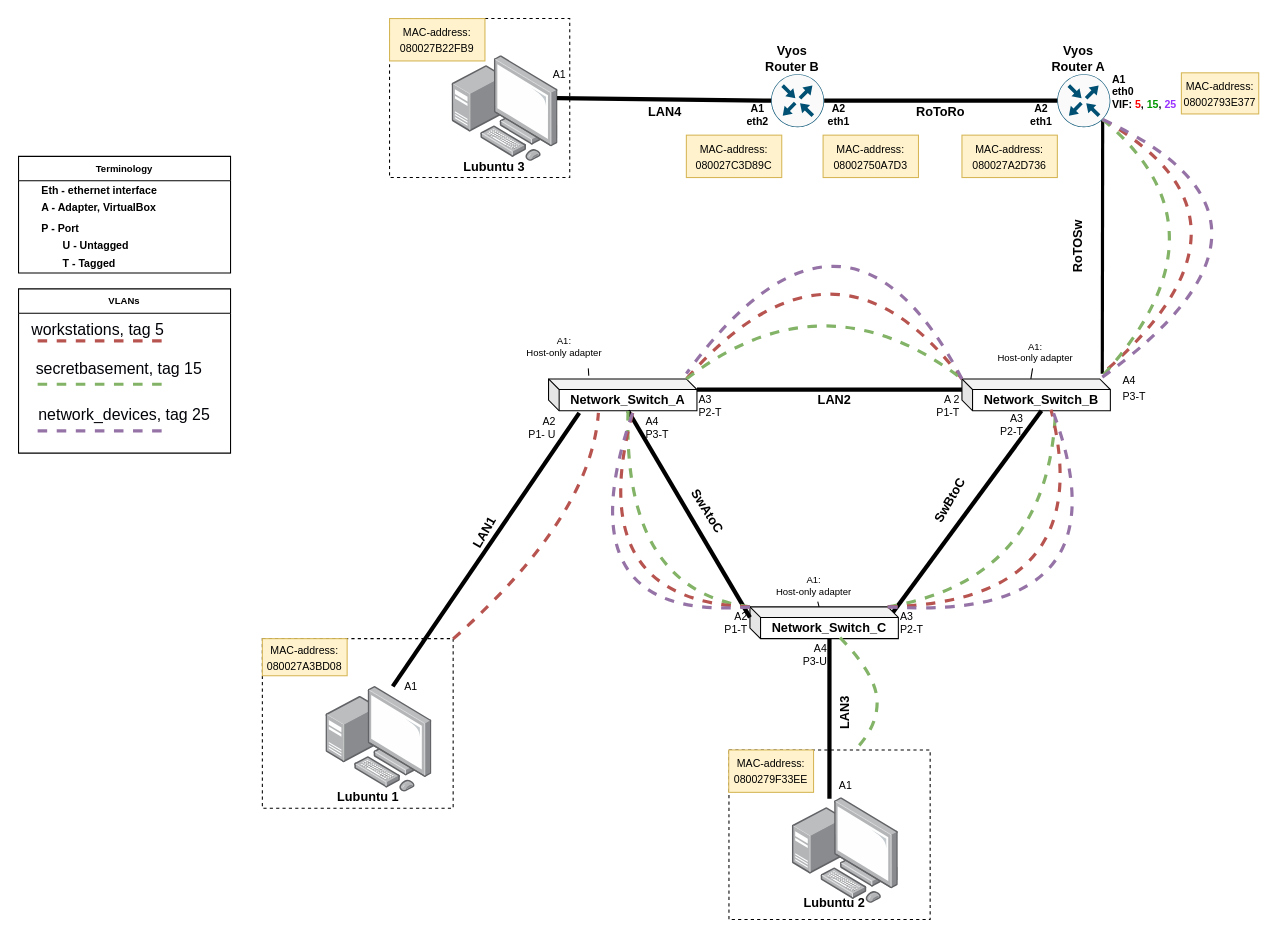
Above: page "Physical Topology" (1 of 3) of documentation/E07/E07NetworkCharts.drawio in Kjersheim/DataNetworksIntro2023 (draw.io), before the change. Source tidied: cells renumbered, new cells numbered last; positions are measured from the earlier drawing's top-left corner, leaving out a move shared by most shapes. Both pictures are drawn from the tidied source at 106%, with x=0, y=0 at pixel (18, 18).
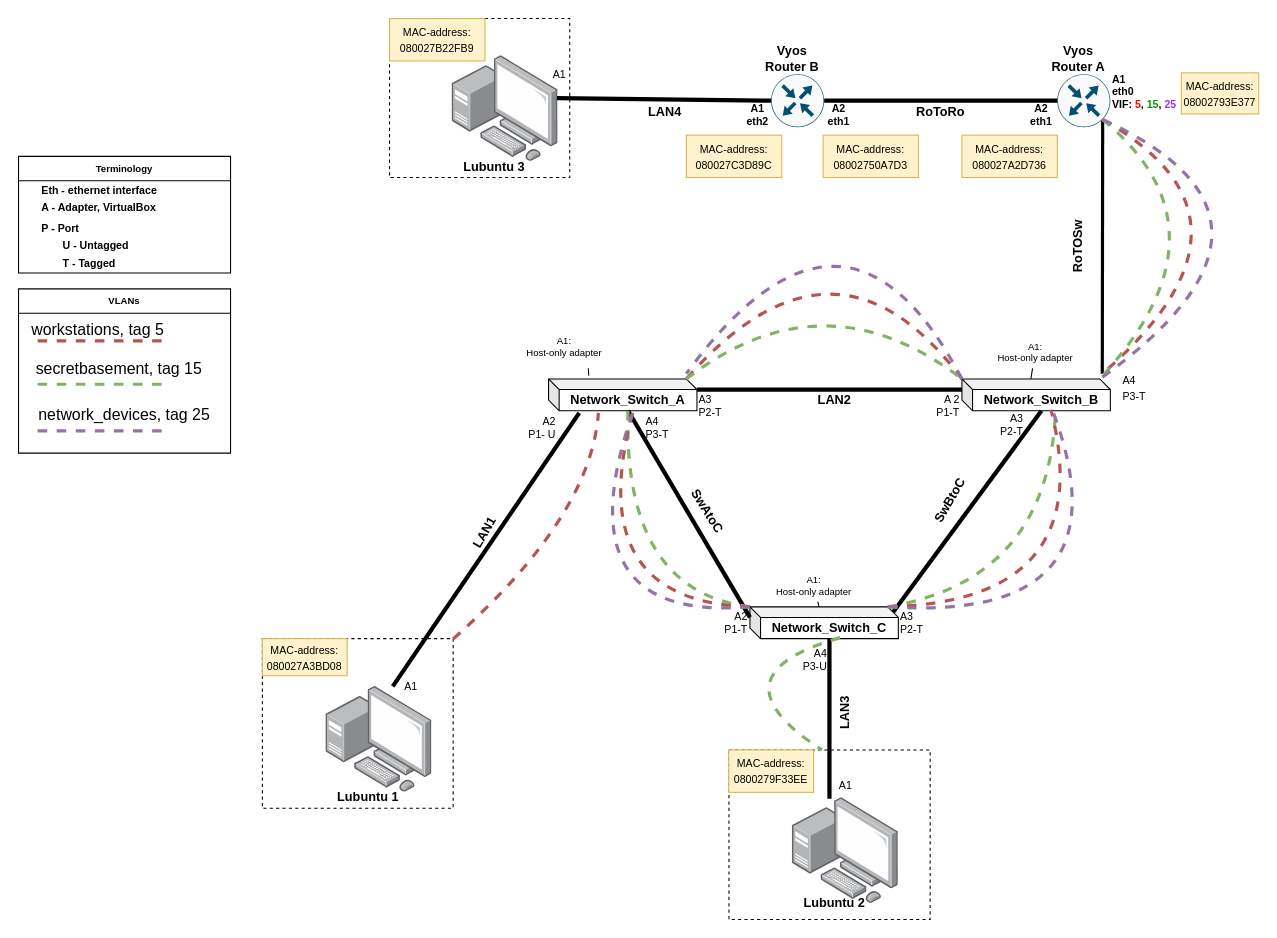
The same page after the edit.

The change refers to these unchanged cells:
```xml
<mxCell id="2" style="rounded=0;whiteSpace=wrap;html=1;textOpacity=0;fillColor=none;dashed=1;" parent="1" vertex="1">
  <mxGeometry x="670.2" y="690" width="189.8" height="160" as="geometry" />
</mxCell>
<mxCell id="58" value="Network_Switch_C" style="shape=cube;whiteSpace=wrap;html=1;boundedLbl=1;backgroundOutline=1;darkOpacity=0.05;darkOpacity2=0.1;direction=east;size=10;fontStyle=1;" parent="1" vertex="1">
  <mxGeometry x="690" y="555" width="140" height="30" as="geometry" />
</mxCell>
```

Diff of the diagram source:
```diff
@@
     <mxCell id="66" value="A4&lt;br&gt;P3-U" style="text;strokeColor=none;align=right;fillColor=none;html=1;verticalAlign=middle;whiteSpace=wrap;rounded=0;rotation=0;fontStyle=0;fontSize=10;" parent="1" vertex="1">
-      <mxGeometry x="735.8" y="585" width="29" height="30" as="geometry" />
+      <mxGeometry x="735.8" y="590" width="29" height="30" as="geometry" />
     </mxCell>
@@
-    <mxCell id="70" style="endArrow=none;html=1;strokeWidth=3;fillColor=#d5e8d4;strokeColor=#82b366;dashed=1;curved=1;exitX=0.607;exitY=0.967;exitDx=0;exitDy=0;exitPerimeter=0;entryX=0.615;entryY=0.013;entryDx=0;entryDy=0;entryPerimeter=0;" parent="1" edge="1" source="58" target="2">
+    <mxCell id="70" style="endArrow=none;html=1;strokeWidth=3;fillColor=#d5e8d4;strokeColor=#82b366;dashed=1;curved=1;exitX=0.607;exitY=0.967;exitDx=0;exitDy=0;exitPerimeter=0;entryX=0.462;entryY=0;entryDx=0;entryDy=0;entryPerimeter=0;" parent="1" edge="1" source="58" target="2">
       <mxGeometry x="-0.71" y="-66" relative="1" as="geometry">
         <Array as="points">
-          <mxPoint x="810" y="620" />
-          <mxPoint x="810" y="670" />
+          <mxPoint x="650" y="620" />
         </Array>
       </mxGeometry>
     </mxCell>
```
